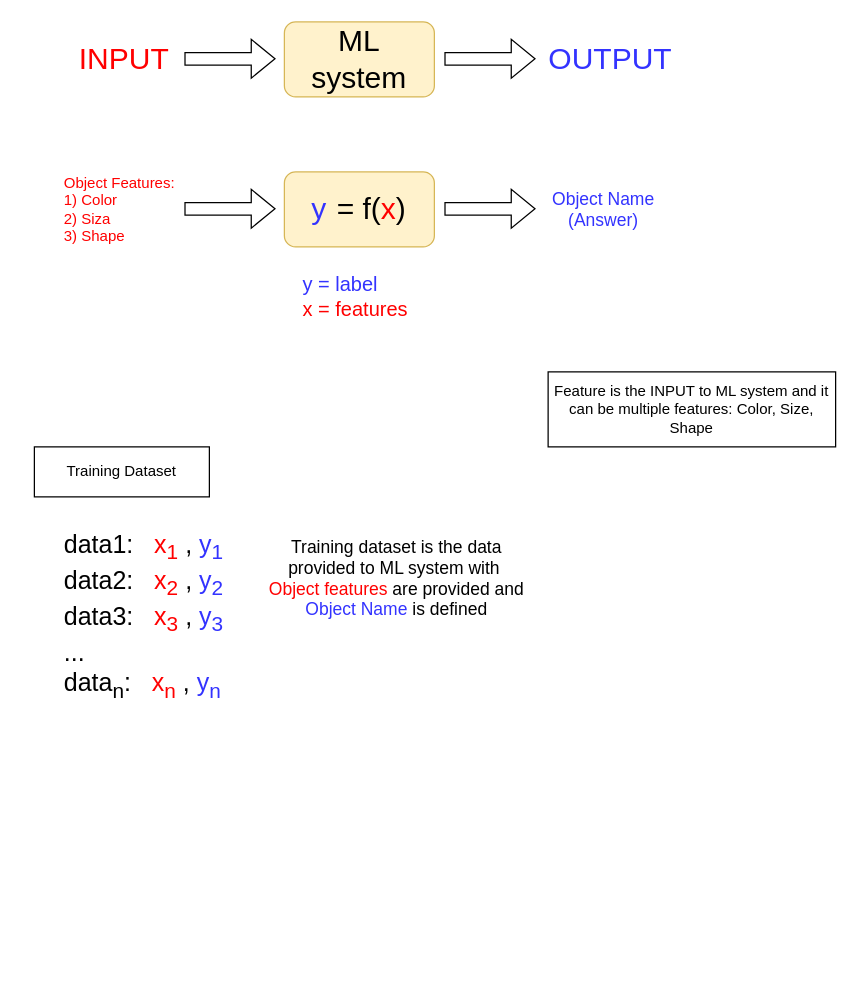
Before: Untitled Diagram.drawio in sulungcayadi/hello-world, a draw.io diagram. Source tidied: cells renumbered, new cells numbered last; positions are measured from the earlier drawing's top-left corner, leaving out a move shared by most shapes. Both pictures are drawn from the tidied source at 125%, with x=0, y=0 at pixel (34, 21).
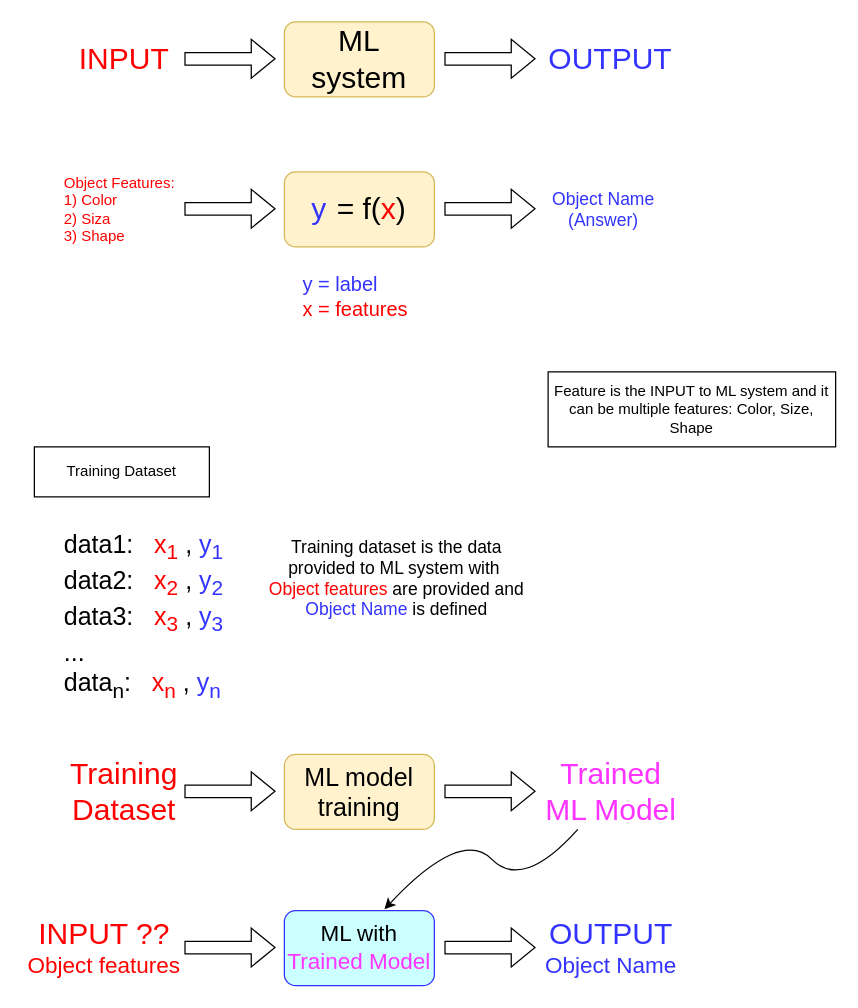
Above is the later version.

Change to the diagram source:
```diff
@@
+    <mxCell id="18" value="&lt;div&gt;&lt;font style=&quot;font-size: 20px;&quot;&gt;ML model training&lt;/font&gt;&lt;/div&gt;" style="rounded=1;whiteSpace=wrap;html=1;fillColor=#fff2cc;strokeColor=#d6b656;" parent="1" vertex="1">
+      <mxGeometry x="200" y="586" width="120" height="60" as="geometry" />
+    </mxCell>
+    <mxCell id="19" style="shape=flexArrow;endArrow=classic;html=1;rounded=0;" parent="1" edge="1">
+      <mxGeometry relative="1" as="geometry">
+        <mxPoint x="120" y="615.5" as="sourcePoint" />
+        <mxPoint x="193" y="615.5" as="targetPoint" />
+      </mxGeometry>
+    </mxCell>
+    <mxCell id="20" style="shape=flexArrow;endArrow=classic;html=1;rounded=0;" parent="1" edge="1">
+      <mxGeometry relative="1" as="geometry">
+        <mxPoint x="328" y="615.5" as="sourcePoint" />
+        <mxPoint x="401" y="615.5" as="targetPoint" />
+      </mxGeometry>
+    </mxCell>
+    <mxCell id="21" value="&lt;font&gt;&lt;span style=&quot;font-size: 24px;&quot;&gt;Training Dataset&lt;/span&gt;&lt;/font&gt;" style="rounded=1;whiteSpace=wrap;html=1;fillColor=none;strokeColor=none;fontColor=#FF0000;" parent="1" vertex="1">
+      <mxGeometry x="22" y="586" width="100" height="60" as="geometry" />
+    </mxCell>
+    <mxCell id="22" value="&lt;span style=&quot;font-size: 24px;&quot;&gt;&lt;font color=&quot;#ff33ff&quot;&gt;Trained&lt;/font&gt;&lt;/span&gt;&lt;div&gt;&lt;span style=&quot;font-size: 24px;&quot;&gt;&lt;font color=&quot;#ff33ff&quot;&gt;ML Model&lt;/font&gt;&lt;/span&gt;&lt;/div&gt;" style="rounded=1;whiteSpace=wrap;html=1;fillColor=none;strokeColor=none;" parent="1" vertex="1">
+      <mxGeometry x="407" y="586" width="109" height="60" as="geometry" />
+    </mxCell>
+    <mxCell id="23" value="&lt;div&gt;&lt;font style=&quot;font-size: 18px;&quot;&gt;ML with &lt;font color=&quot;#ff33ff&quot;&gt;Trained Model&lt;/font&gt;&lt;/font&gt;&lt;/div&gt;" style="rounded=1;whiteSpace=wrap;html=1;fillColor=#CCFFFF;strokeColor=#3333FF;" parent="1" vertex="1">
+      <mxGeometry x="200" y="711" width="120" height="60" as="geometry" />
+    </mxCell>
+    <mxCell id="24" style="shape=flexArrow;endArrow=classic;html=1;rounded=0;" parent="1" edge="1">
+      <mxGeometry relative="1" as="geometry">
+        <mxPoint x="120" y="740.5" as="sourcePoint" />
+        <mxPoint x="193" y="740.5" as="targetPoint" />
+      </mxGeometry>
+    </mxCell>
+    <mxCell id="25" style="shape=flexArrow;endArrow=classic;html=1;rounded=0;" parent="1" edge="1">
+      <mxGeometry relative="1" as="geometry">
+        <mxPoint x="328" y="740.5" as="sourcePoint" />
+        <mxPoint x="401" y="740.5" as="targetPoint" />
+      </mxGeometry>
+    </mxCell>
+    <mxCell id="26" value="&lt;div&gt;&lt;font style=&quot;font-size: 24px;&quot;&gt;INPUT ??&lt;/font&gt;&lt;div style=&quot;font-size: 18px;&quot;&gt;&lt;font style=&quot;font-size: 18px;&quot;&gt;Object features&lt;/font&gt;&lt;/div&gt;&lt;/div&gt;" style="rounded=1;whiteSpace=wrap;html=1;fillColor=none;strokeColor=none;fontColor=#FF0000;" parent="1" vertex="1">
+      <mxGeometry x="-10" y="711" width="132" height="60" as="geometry" />
+    </mxCell>
+    <mxCell id="27" value="&lt;font color=&quot;#3333ff&quot;&gt;&lt;span style=&quot;font-size: 24px;&quot;&gt;OUTPUT&lt;/span&gt;&lt;/font&gt;&lt;div&gt;&lt;font style=&quot;font-size: 18px;&quot; color=&quot;#3333ff&quot;&gt;Object Name&lt;/font&gt;&lt;/div&gt;" style="rounded=1;whiteSpace=wrap;html=1;fillColor=none;strokeColor=none;" parent="1" vertex="1">
+      <mxGeometry x="407" y="711" width="109" height="60" as="geometry" />
+    </mxCell>
+    <mxCell id="28" style="curved=1;endArrow=classic;html=1;rounded=0;" parent="1" edge="1" source="22">
+      <mxGeometry relative="1" as="geometry">
+        <mxPoint x="280" y="710" as="targetPoint" />
+        <Array as="points">
+          <mxPoint x="391" y="695" />
+          <mxPoint x="341" y="645" />
+        </Array>
+      </mxGeometry>
+    </mxCell>
```
